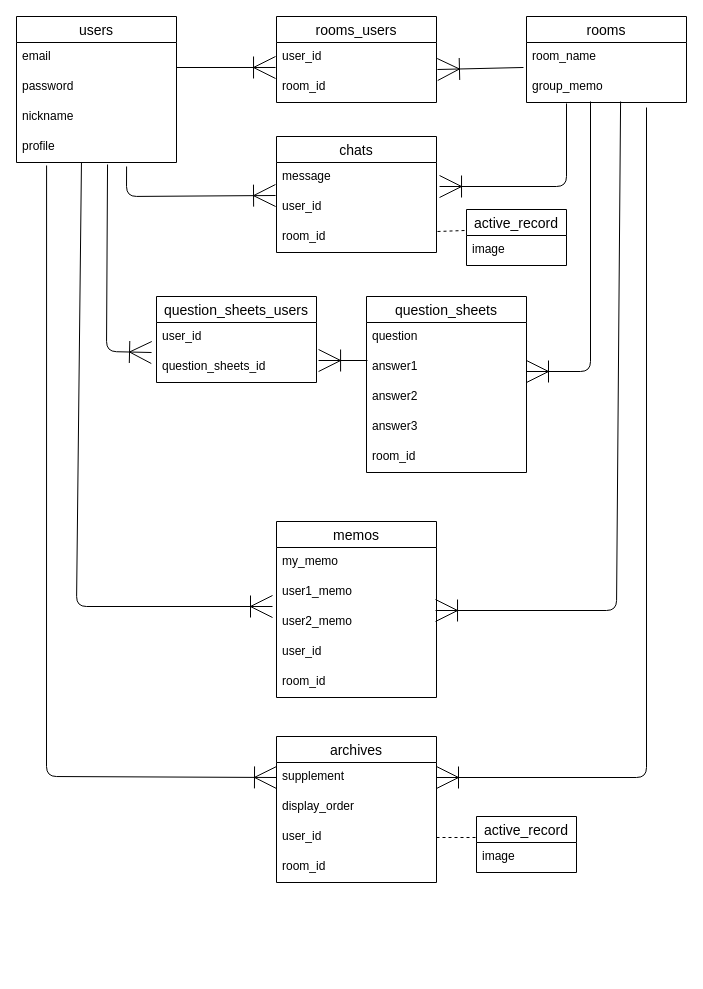
Before: entity_relationship_diagram.dio in sakuraiswo/group_archive, a draw.io diagram. Source tidied: cells renumbered, new cells numbered last; positions are measured from the earlier drawing's top-left corner, leaving out a move shared by most shapes. Both pictures are drawn from the tidied source at 100%, with x=0, y=0 at pixel (16, 16).
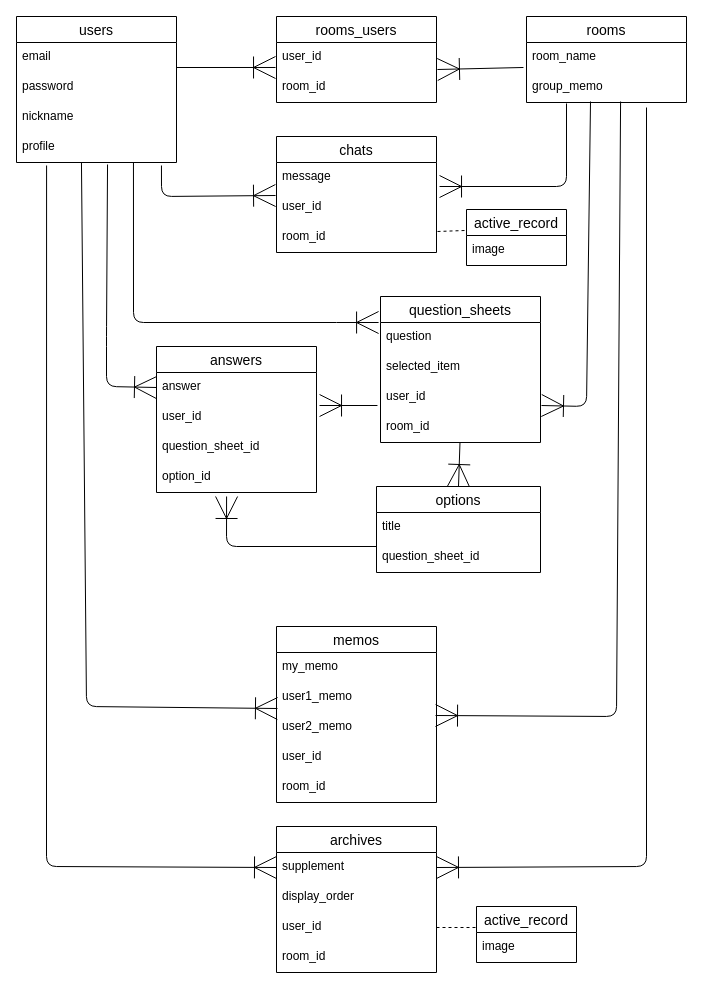
After the change.

Commit message (it also covers changes not shown here):
ER図、テーブル設計図変更

The change refers to these unchanged cells:
```xml
<mxCell id="7" value="profile" style="text;strokeColor=none;fillColor=none;spacingLeft=4;spacingRight=4;overflow=hidden;points=[[0,0.5],[1,0.5]];portConstraint=eastwest;fontSize=12;" parent="3" vertex="1">
  <mxGeometry y="116" width="160" height="30" as="geometry" />
</mxCell>
<mxCell id="10" value="group_memo" style="text;strokeColor=none;fillColor=none;spacingLeft=4;spacingRight=4;overflow=hidden;points=[[0,0.5],[1,0.5]];portConstraint=eastwest;fontSize=12;" parent="8" vertex="1">
  <mxGeometry y="56" width="160" height="30" as="geometry" />
</mxCell>
<mxCell id="12" value="message" style="text;strokeColor=none;fillColor=none;spacingLeft=4;spacingRight=4;overflow=hidden;points=[[0,0.5],[1,0.5]];portConstraint=eastwest;fontSize=12;" parent="11" vertex="1">
  <mxGeometry y="26" width="160" height="30" as="geometry" />
</mxCell>
<mxCell id="16" value="question" style="text;strokeColor=none;fillColor=none;spacingLeft=4;spacingRight=4;overflow=hidden;points=[[0,0.5],[1,0.5]];portConstraint=eastwest;fontSize=12;" parent="15" vertex="1">
  <mxGeometry y="26" width="160" height="30" as="geometry" />
</mxCell>
<mxCell id="22" value="supplement" style="text;strokeColor=none;fillColor=none;spacingLeft=4;spacingRight=4;overflow=hidden;points=[[0,0.5],[1,0.5]];portConstraint=eastwest;fontSize=12;" parent="21" vertex="1">
  <mxGeometry y="26" width="160" height="30" as="geometry" />
</mxCell>
<mxCell id="44" value="user1_memo" style="text;strokeColor=none;fillColor=none;spacingLeft=4;spacingRight=4;overflow=hidden;points=[[0,0.5],[1,0.5]];portConstraint=eastwest;fontSize=12;" parent="42" vertex="1">
  <mxGeometry y="56" width="160" height="30" as="geometry" />
</mxCell>
<mxCell id="45" value="user2_memo" style="text;strokeColor=none;fillColor=none;spacingLeft=4;spacingRight=4;overflow=hidden;points=[[0,0.5],[1,0.5]];portConstraint=eastwest;fontSize=12;" parent="42" vertex="1">
  <mxGeometry y="86" width="160" height="30" as="geometry" />
</mxCell>
```

The edit, as a diff of the source:
```diff
@@
     <mxCell id="15" value="question_sheets" style="swimlane;fontStyle=0;horizontal=1;startSize=26;align=center;fontSize=14;" parent="1" vertex="1">
-      <mxGeometry x="350" y="280" width="160" height="176" as="geometry" />
+      <mxGeometry x="364" y="280" width="160" height="146" as="geometry" />
     </mxCell>
@@
-    <mxCell id="17" value="answer1" style="text;strokeColor=none;fillColor=none;spacingLeft=4;spacingRight=4;overflow=hidden;points=[[0,0.5],[1,0.5]];portConstraint=eastwest;fontSize=12;" parent="15" vertex="1">
-      <mxGeometry y="56" width="160" height="30" as="geometry" />
-    </mxCell>
-    <mxCell id="18" value="answer2" style="text;strokeColor=none;fillColor=none;spacingLeft=4;spacingRight=4;overflow=hidden;fontSize=12;" parent="15" vertex="1">
-      <mxGeometry y="86" width="160" height="30" as="geometry" />
-    </mxCell>
-    <mxCell id="19" value="answer3" style="text;strokeColor=none;fillColor=none;spacingLeft=4;spacingRight=4;overflow=hidden;fontSize=12;" parent="15" vertex="1">
-      <mxGeometry y="116" width="160" height="30" as="geometry" />
-    </mxCell>
-    <mxCell id="20" value="room_id" style="text;strokeColor=none;fillColor=none;spacingLeft=4;spacingRight=4;overflow=hidden;fontSize=12;" parent="15" vertex="1">
-      <mxGeometry y="146" width="160" height="30" as="geometry" />
+    <mxCell id="20" value="selected_item" style="text;strokeColor=none;fillColor=none;spacingLeft=4;spacingRight=4;overflow=hidden;fontSize=12;" parent="15" vertex="1">
+      <mxGeometry y="56" width="160" height="30" as="geometry" />
     </mxCell>
+    <mxCell id="54" value="user_id" style="text;strokeColor=none;fillColor=none;spacingLeft=4;spacingRight=4;overflow=hidden;points=[[0,0.5],[1,0.5]];portConstraint=eastwest;fontSize=12;" parent="15" vertex="1">
+      <mxGeometry y="86" width="160" height="30" as="geometry" />
+    </mxCell>
+    <mxCell id="55" value="room_id" style="text;strokeColor=none;fillColor=none;spacingLeft=4;spacingRight=4;overflow=hidden;points=[[0,0.5],[1,0.5]];portConstraint=eastwest;fontSize=12;" parent="15" vertex="1">
+      <mxGeometry y="116" width="160" height="30" as="geometry" />
+    </mxCell>
     <mxCell id="21" value="archives" style="swimlane;fontStyle=0;horizontal=1;startSize=26;align=center;fontSize=14;" parent="1" vertex="1">
-      <mxGeometry x="260" y="720" width="160" height="146" as="geometry" />
+      <mxGeometry x="260" y="810" width="160" height="146" as="geometry" />
     </mxCell>
@@
-    <mxCell id="31" style="edgeStyle=none;html=1;entryX=-0.006;entryY=1.1;entryDx=0;entryDy=0;entryPerimeter=0;strokeWidth=1;endArrow=ERoneToMany;endFill=0;endSize=20;exitX=0.688;exitY=1.133;exitDx=0;exitDy=0;exitPerimeter=0;" parent="1" edge="1" source="7" target="12">
+    <mxCell id="31" style="edgeStyle=none;html=1;entryX=-0.006;entryY=1.1;entryDx=0;entryDy=0;entryPerimeter=0;strokeWidth=1;endArrow=ERoneToMany;endFill=0;endSize=20;exitX=0.906;exitY=1.1;exitDx=0;exitDy=0;exitPerimeter=0;" parent="1" edge="1" source="7" target="12">
       <mxGeometry relative="1" as="geometry">
         <Array as="points">
-          <mxPoint x="110" y="180" />
+          <mxPoint x="145" y="180" />
         </Array>
       </mxGeometry>
     </mxCell>
     <mxCell id="32" style="edgeStyle=none;html=1;entryX=1;entryY=0.5;entryDx=0;entryDy=0;strokeWidth=1;endArrow=ERoneToMany;endFill=0;endSize=20;exitX=0.75;exitY=1.167;exitDx=0;exitDy=0;exitPerimeter=0;" parent="1" edge="1" source="10" target="22">
       <mxGeometry relative="1" as="geometry">
         <Array as="points">
-          <mxPoint x="630" y="761" />
+          <mxPoint x="630" y="850" />
         </Array>
       </mxGeometry>
     </mxCell>
     <mxCell id="33" style="edgeStyle=none;html=1;strokeWidth=1;endArrow=ERoneToMany;endFill=0;endSize=20;entryX=0;entryY=0.5;entryDx=0;entryDy=0;exitX=0.188;exitY=1.1;exitDx=0;exitDy=0;exitPerimeter=0;" parent="1" edge="1" source="7" target="22">
       <mxGeometry relative="1" as="geometry">
         <Array as="points">
-          <mxPoint x="30" y="760" />
+          <mxPoint x="30" y="850" />
         </Array>
       </mxGeometry>
     </mxCell>
-    <mxCell id="34" style="edgeStyle=none;html=1;strokeWidth=1;endArrow=ERoneToMany;endFill=0;endSize=20;exitX=0.569;exitY=1.067;exitDx=0;exitDy=0;exitPerimeter=0;entryX=-0.031;entryY=1;entryDx=0;entryDy=0;entryPerimeter=0;" parent="1" edge="1" source="7" target="51">
+    <mxCell id="34" style="edgeStyle=none;html=1;strokeWidth=1;endArrow=ERoneToMany;endFill=0;endSize=20;exitX=0.569;exitY=1.067;exitDx=0;exitDy=0;exitPerimeter=0;entryX=0;entryY=0.5;entryDx=0;entryDy=0;" parent="1" edge="1" source="7" target="51">
       <mxGeometry relative="1" as="geometry">
         <Array as="points">
-          <mxPoint x="90" y="335" />
+          <mxPoint x="90" y="320" />
+          <mxPoint x="90" y="370" />
         </Array>
       </mxGeometry>
     </mxCell>
-    <mxCell id="35" style="edgeStyle=none;html=1;strokeWidth=1;endArrow=ERoneToMany;endFill=0;endSize=20;exitX=0.4;exitY=0.967;exitDx=0;exitDy=0;exitPerimeter=0;" parent="1" edge="1" source="10">
+    <mxCell id="35" style="edgeStyle=none;html=1;strokeWidth=1;endArrow=ERoneToMany;endFill=0;endSize=20;exitX=0.4;exitY=0.967;exitDx=0;exitDy=0;exitPerimeter=0;entryX=1.006;entryY=0.133;entryDx=0;entryDy=0;entryPerimeter=0;" parent="1" edge="1" source="10">
       <mxGeometry relative="1" as="geometry">
-        <mxPoint x="510" y="355" as="targetPoint" />
+        <mxPoint x="525" y="389" as="targetPoint" />
         <Array as="points">
-          <mxPoint x="574" y="355" />
+          <mxPoint x="570" y="390" />
         </Array>
       </mxGeometry>
     </mxCell>
@@
     <mxCell id="39" value="active_record" style="swimlane;fontStyle=0;horizontal=1;startSize=26;align=center;fontSize=14;" parent="1" vertex="1">
-      <mxGeometry x="460" y="800" width="100" height="56" as="geometry" />
+      <mxGeometry x="460" y="890" width="100" height="56" as="geometry" />
     </mxCell>
@@
     <mxCell id="42" value="memos" style="swimlane;fontStyle=0;horizontal=1;startSize=26;align=center;fontSize=14;" parent="1" vertex="1">
-      <mxGeometry x="260" y="505" width="160" height="176" as="geometry" />
+      <mxGeometry x="260" y="610" width="160" height="176" as="geometry" />
     </mxCell>
@@
-    <mxCell id="48" style="edgeStyle=none;html=1;entryX=-0.025;entryY=0.967;entryDx=0;entryDy=0;entryPerimeter=0;endArrow=ERoneToMany;endFill=0;endSize=20;exitX=0.406;exitY=1;exitDx=0;exitDy=0;exitPerimeter=0;" parent="1" edge="1" source="7" target="44">
+    <mxCell id="48" style="edgeStyle=none;html=1;entryX=0.006;entryY=-0.133;entryDx=0;entryDy=0;entryPerimeter=0;endArrow=ERoneToMany;endFill=0;endSize=20;exitX=0.406;exitY=1;exitDx=0;exitDy=0;exitPerimeter=0;" parent="1" edge="1" source="7" target="45">
       <mxGeometry relative="1" as="geometry">
         <Array as="points">
-          <mxPoint x="60" y="590" />
+          <mxPoint x="70" y="690" />
         </Array>
       </mxGeometry>
     </mxCell>
     <mxCell id="49" style="edgeStyle=none;html=1;entryX=0.994;entryY=0.1;entryDx=0;entryDy=0;entryPerimeter=0;endArrow=ERoneToMany;endFill=0;endSize=20;exitX=0.588;exitY=0.967;exitDx=0;exitDy=0;exitPerimeter=0;" parent="1" edge="1" source="10" target="45">
       <mxGeometry relative="1" as="geometry">
         <Array as="points">
-          <mxPoint x="600" y="594" />
+          <mxPoint x="600" y="700" />
         </Array>
       </mxGeometry>
     </mxCell>
+    <mxCell id="56" style="edgeStyle=none;html=1;entryX=1.019;entryY=0.1;entryDx=0;entryDy=0;entryPerimeter=0;endArrow=ERoneToMany;endFill=0;endSize=20;exitX=-0.019;exitY=0.767;exitDx=0;exitDy=0;exitPerimeter=0;" parent="1" edge="1" source="54" target="57">
+      <mxGeometry relative="1" as="geometry" />
+    </mxCell>
-    <mxCell id="50" value="question_sheets_users" style="swimlane;fontStyle=0;horizontal=1;startSize=26;align=center;fontSize=14;" parent="1" vertex="1">
-      <mxGeometry x="140" y="280" width="160" height="86" as="geometry" />
+    <mxCell id="50" value="answers" style="swimlane;fontStyle=0;horizontal=1;startSize=26;align=center;fontSize=14;" parent="1" vertex="1">
+      <mxGeometry x="140" y="330" width="160" height="146" as="geometry" />
     </mxCell>
-    <mxCell id="51" value="user_id" style="text;strokeColor=none;fillColor=none;spacingLeft=4;spacingRight=4;overflow=hidden;points=[[0,0.5],[1,0.5]];portConstraint=eastwest;fontSize=12;" parent="50" vertex="1">
+    <mxCell id="51" value="answer" style="text;strokeColor=none;fillColor=none;spacingLeft=4;spacingRight=4;overflow=hidden;points=[[0,0.5],[1,0.5]];portConstraint=eastwest;fontSize=12;" parent="50" vertex="1">
       <mxGeometry y="26" width="160" height="30" as="geometry" />
     </mxCell>
+    <mxCell id="57" value="user_id" style="text;strokeColor=none;fillColor=none;spacingLeft=4;spacingRight=4;overflow=hidden;points=[[0,0.5],[1,0.5]];portConstraint=eastwest;fontSize=12;" parent="50" vertex="1">
+      <mxGeometry y="56" width="160" height="30" as="geometry" />
+    </mxCell>
+    <mxCell id="58" value="question_sheet_id" style="text;strokeColor=none;fillColor=none;spacingLeft=4;spacingRight=4;overflow=hidden;fontSize=12;" parent="50" vertex="1">
+      <mxGeometry y="86" width="160" height="30" as="geometry" />
+    </mxCell>
-    <mxCell id="52" value="question_sheets_id" style="text;strokeColor=none;fillColor=none;spacingLeft=4;spacingRight=4;overflow=hidden;points=[[0,0.5],[1,0.5]];portConstraint=eastwest;fontSize=12;" parent="50" vertex="1">
-      <mxGeometry y="56" width="160" height="30" as="geometry" />
+    <mxCell id="52" value="option_id" style="text;strokeColor=none;fillColor=none;spacingLeft=4;spacingRight=4;overflow=hidden;points=[[0,0.5],[1,0.5]];portConstraint=eastwest;fontSize=12;" parent="50" vertex="1">
+      <mxGeometry y="116" width="160" height="30" as="geometry" />
     </mxCell>
-    <mxCell id="53" style="edgeStyle=none;html=1;entryX=1.013;entryY=0.267;entryDx=0;entryDy=0;entryPerimeter=0;endArrow=ERoneToMany;endFill=0;endSize=20;exitX=0.006;exitY=0.267;exitDx=0;exitDy=0;exitPerimeter=0;" parent="1" edge="1" source="17" target="52">
-      <mxGeometry relative="1" as="geometry" />
-    </mxCell>
+    <mxCell id="59" style="edgeStyle=none;html=1;entryX=-0.012;entryY=0;entryDx=0;entryDy=0;entryPerimeter=0;endArrow=ERoneToMany;endFill=0;endSize=20;exitX=0.731;exitY=1;exitDx=0;exitDy=0;exitPerimeter=0;" parent="1" edge="1" source="7" target="16">
+      <mxGeometry relative="1" as="geometry">
+        <Array as="points">
+          <mxPoint x="117" y="306" />
+          <mxPoint x="330" y="306" />
+        </Array>
+      </mxGeometry>
+    </mxCell>
+    <mxCell id="60" style="edgeStyle=none;html=1;entryX=0.438;entryY=1.133;entryDx=0;entryDy=0;entryPerimeter=0;endArrow=ERoneToMany;endFill=0;endSize=20;" parent="1" edge="1" target="52">
+      <mxGeometry relative="1" as="geometry">
+        <mxPoint x="360" y="530" as="sourcePoint" />
+        <Array as="points">
+          <mxPoint x="210" y="530" />
+        </Array>
+      </mxGeometry>
+    </mxCell>
+    <mxCell id="61" value="options" style="swimlane;fontStyle=0;horizontal=1;startSize=26;align=center;fontSize=14;" parent="1" vertex="1">
+      <mxGeometry x="360" y="470" width="164" height="86" as="geometry" />
+    </mxCell>
+    <mxCell id="62" value="title" style="text;strokeColor=none;fillColor=none;spacingLeft=4;spacingRight=4;overflow=hidden;fontSize=12;" parent="61" vertex="1">
+      <mxGeometry y="26" width="164" height="30" as="geometry" />
+    </mxCell>
+    <mxCell id="63" value="question_sheet_id" style="text;strokeColor=none;fillColor=none;spacingLeft=4;spacingRight=4;overflow=hidden;fontSize=12;" parent="61" vertex="1">
+      <mxGeometry y="56" width="164" height="30" as="geometry" />
+    </mxCell>
+    <mxCell id="64" style="edgeStyle=none;html=1;entryX=0.5;entryY=0;entryDx=0;entryDy=0;endArrow=ERoneToMany;endFill=0;endSize=20;" parent="1" edge="1" source="55" target="61">
+      <mxGeometry relative="1" as="geometry" />
+    </mxCell>
```
